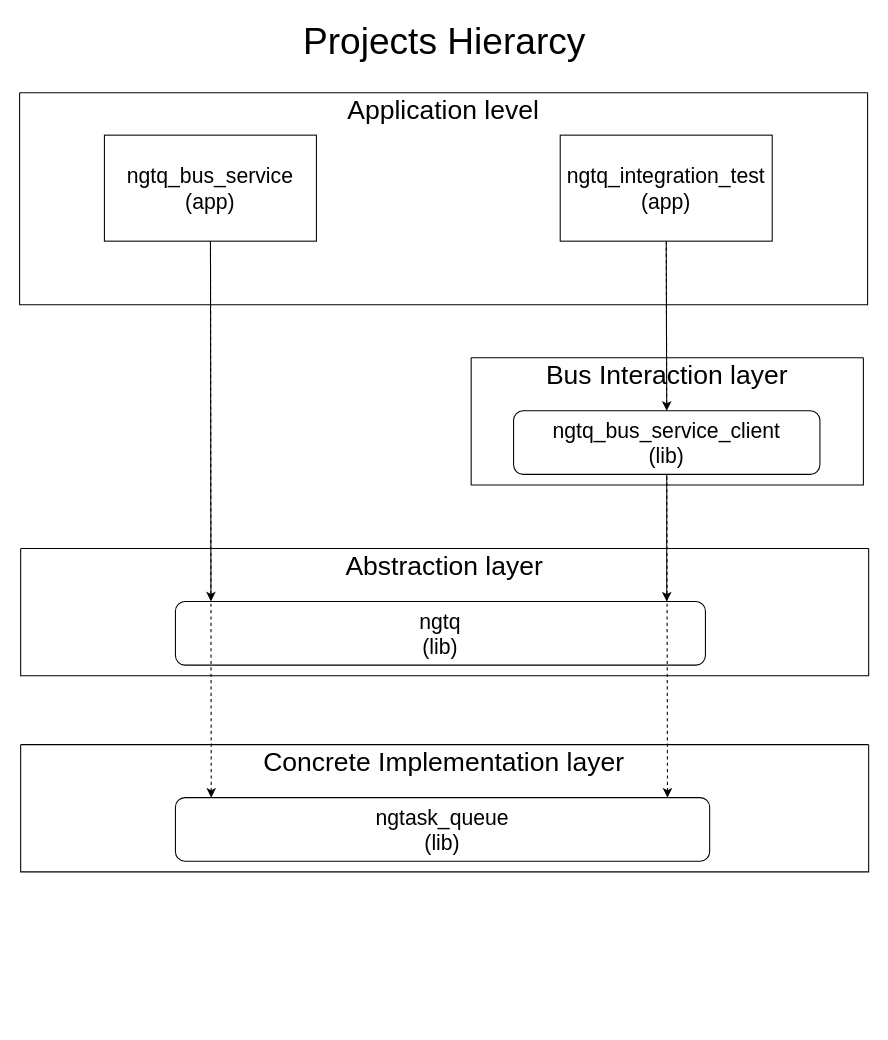
Before: page "Projects Dependencies" (4 of 4) of Docs/ProjectDiagrams.drawio in NGDeveloper125/NGTQ_BusService, a draw.io diagram. Source tidied: cells renumbered, new cells numbered last; positions are measured from the earlier drawing's top-left corner, leaving out a move shared by most shapes. Both pictures are drawn from the tidied source at 106%, with x=0, y=0 at pixel (19, 24).
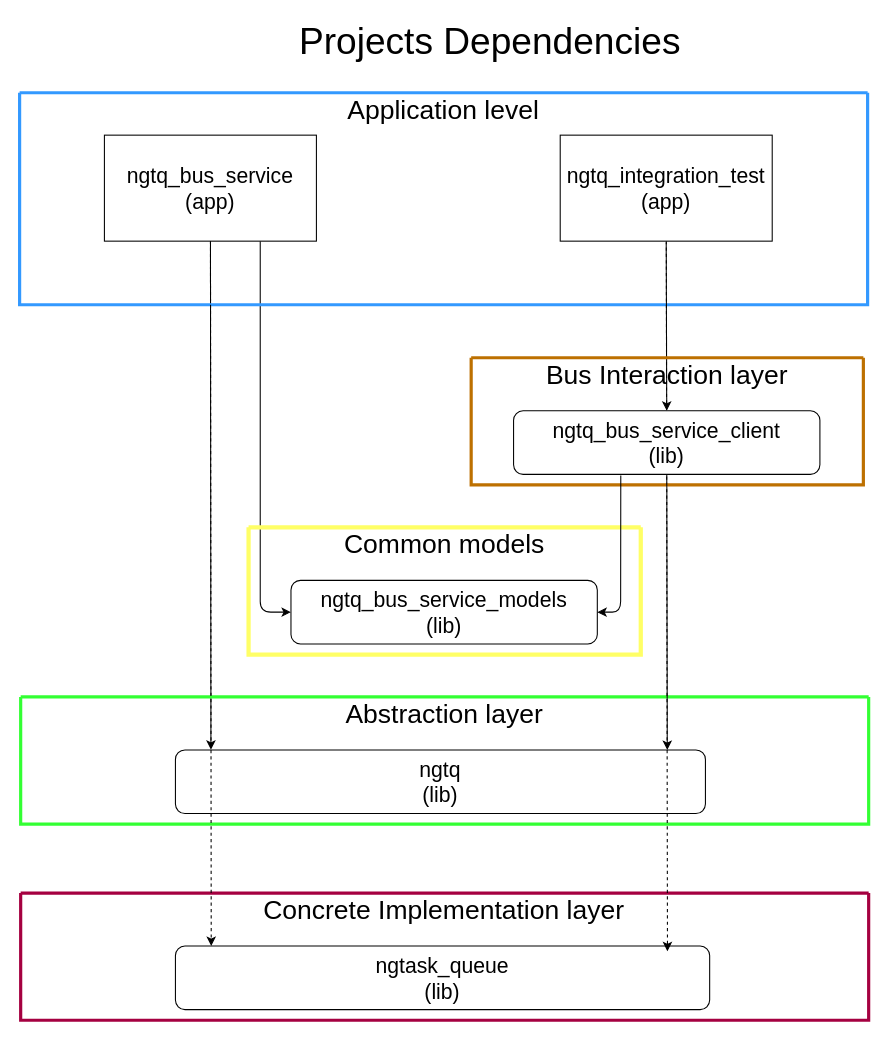
The same diagram, later.

Unchanged cells that the change refers to:
```xml
<mxCell id="14" value="&lt;span style=&quot;font-size: 20px; color: rgb(0, 0, 0);&quot;&gt;ngtask_queue&lt;/span&gt;&lt;div style=&quot;font-size: 20px;&quot;&gt;&lt;span style=&quot;background-color: transparent;&quot;&gt;(lib)&lt;/span&gt;&lt;/div&gt;" style="rounded=1;whiteSpace=wrap;html=1;" parent="12" vertex="1">
  <mxGeometry x="146" y="50" width="504" height="60" as="geometry" />
</mxCell>
<mxCell id="20" value="&lt;span style=&quot;font-size: 20px; color: rgb(0, 0, 0);&quot;&gt;ngtq_bus_service_client&lt;/span&gt;&lt;div style=&quot;font-size: 20px;&quot;&gt;&lt;span style=&quot;background-color: transparent;&quot;&gt;(lib)&lt;/span&gt;&lt;/div&gt;" style="rounded=1;whiteSpace=wrap;html=1;" parent="17" vertex="1">
  <mxGeometry x="40" y="50" width="289" height="60" as="geometry" />
</mxCell>
```

The edit, as a diff of the source:
```diff
@@
-    <mxCell id="2" value="Projects Hierarcy" style="text;html=1;align=center;verticalAlign=middle;whiteSpace=wrap;rounded=0;fontSize=35;" parent="1" vertex="1">
-      <mxGeometry x="231" width="340" height="30" as="geometry" />
+    <mxCell id="2" value="Projects Dependencies" style="text;html=1;align=center;verticalAlign=middle;whiteSpace=wrap;rounded=0;fontSize=35;" parent="1" vertex="1">
+      <mxGeometry x="231" width="426" height="30" as="geometry" />
     </mxCell>
@@
+    <mxCell id="21" style="edgeStyle=none;html=1;entryX=0;entryY=0.5;entryDx=0;entryDy=0;" parent="1" edge="1" target="24">
+      <mxGeometry relative="1" as="geometry">
+        <mxPoint x="227" y="204" as="sourcePoint" />
+        <Array as="points">
+          <mxPoint x="227" y="554" />
+        </Array>
+      </mxGeometry>
+    </mxCell>
@@
-    <mxCell id="6" style="swimlane;startSize=0;" parent="1" vertex="1">
+    <mxCell id="6" style="swimlane;startSize=0;fillColor=#C9FFE2;strokeColor=#3399FF;gradientColor=none;swimlaneFillColor=none;strokeWidth=3;labelBackgroundColor=none;" parent="1" vertex="1">
       <mxGeometry y="64" width="800" height="200" as="geometry" />
     </mxCell>
@@
-    <mxCell id="8" style="swimlane;startSize=0;" parent="1" vertex="1">
-      <mxGeometry x="1" y="494" width="800" height="120" as="geometry" />
+    <mxCell id="8" style="swimlane;startSize=0;fillColor=#33FF33;strokeWidth=3;strokeColor=#33FF33;" parent="1" vertex="1">
+      <mxGeometry x="1" y="634" width="800" height="120" as="geometry" />
     </mxCell>
@@
-    <mxCell id="12" style="swimlane;startSize=0;" parent="1" vertex="1">
-      <mxGeometry x="1" y="679" width="800" height="120" as="geometry" />
+    <mxCell id="12" style="swimlane;startSize=0;fillColor=#d80073;fontColor=#ffffff;strokeColor=#A50040;strokeWidth=3;" parent="1" vertex="1">
+      <mxGeometry x="1" y="819" width="800" height="120" as="geometry" />
     </mxCell>
@@
-    <mxCell id="16" style="edgeStyle=none;html=1;entryX=0.921;entryY=0;entryDx=0;entryDy=0;entryPerimeter=0;dashed=1;" parent="1" edge="1">
+    <mxCell id="16" style="edgeStyle=none;html=1;entryX=0.921;entryY=0.083;entryDx=0;entryDy=0;entryPerimeter=0;dashed=1;" parent="1" edge="1" target="14">
       <mxGeometry relative="1" as="geometry">
         <mxPoint x="610.1" y="204" as="sourcePoint" />
-        <mxPoint x="611.2" y="729" as="targetPoint" />
       </mxGeometry>
     </mxCell>
-    <mxCell id="17" style="swimlane;startSize=0;" parent="1" vertex="1">
+    <mxCell id="17" style="swimlane;startSize=0;fillColor=#f0a30a;fontColor=#000000;strokeColor=#BD7000;strokeWidth=3;" parent="1" vertex="1">
       <mxGeometry x="426" y="314" width="370" height="120" as="geometry" />
     </mxCell>
@@
     <mxCell id="19" style="edgeStyle=none;html=1;" parent="17" edge="1" source="20">
       <mxGeometry relative="1" as="geometry">
-        <mxPoint x="184.5" y="230" as="targetPoint" />
+        <mxPoint x="185" y="370" as="targetPoint" />
       </mxGeometry>
     </mxCell>
@@
+    <mxCell id="22" style="swimlane;startSize=0;fillColor=#ffff88;strokeColor=#FFFF66;strokeWidth=4;" parent="1" vertex="1">
+      <mxGeometry x="216" y="474" width="370" height="120" as="geometry" />
+    </mxCell>
+    <mxCell id="23" value="Common models" style="text;html=1;align=center;verticalAlign=middle;whiteSpace=wrap;rounded=0;fontSize=25;" parent="22" vertex="1">
+      <mxGeometry x="48.2" width="273.5" height="30" as="geometry" />
+    </mxCell>
+    <mxCell id="24" value="&lt;span style=&quot;font-size: 20px; color: rgb(0, 0, 0);&quot;&gt;ngtq_bus_service_models&lt;/span&gt;&lt;div style=&quot;font-size: 20px;&quot;&gt;&lt;span style=&quot;background-color: transparent;&quot;&gt;(lib)&lt;/span&gt;&lt;/div&gt;" style="rounded=1;whiteSpace=wrap;html=1;" parent="22" vertex="1">
+      <mxGeometry x="40" y="50" width="289" height="60" as="geometry" />
+    </mxCell>
+    <mxCell id="25" style="edgeStyle=none;html=1;entryX=1;entryY=0.5;entryDx=0;entryDy=0;exitX=0.35;exitY=1.02;exitDx=0;exitDy=0;exitPerimeter=0;" parent="1" edge="1" source="20" target="24">
+      <mxGeometry relative="1" as="geometry">
+        <Array as="points">
+          <mxPoint x="567" y="554" />
+        </Array>
+      </mxGeometry>
+    </mxCell>
```
